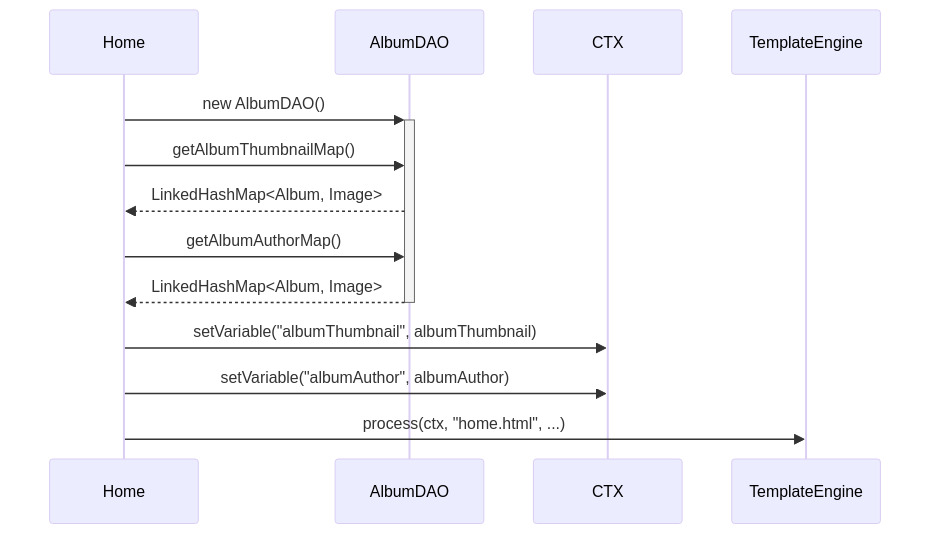
Above: documents/UML/home.png in FrancescoCaracciolo/TIW-24-html (Mermaid), before the change. Its source is kept beside it as documents/UML/home.mmd.
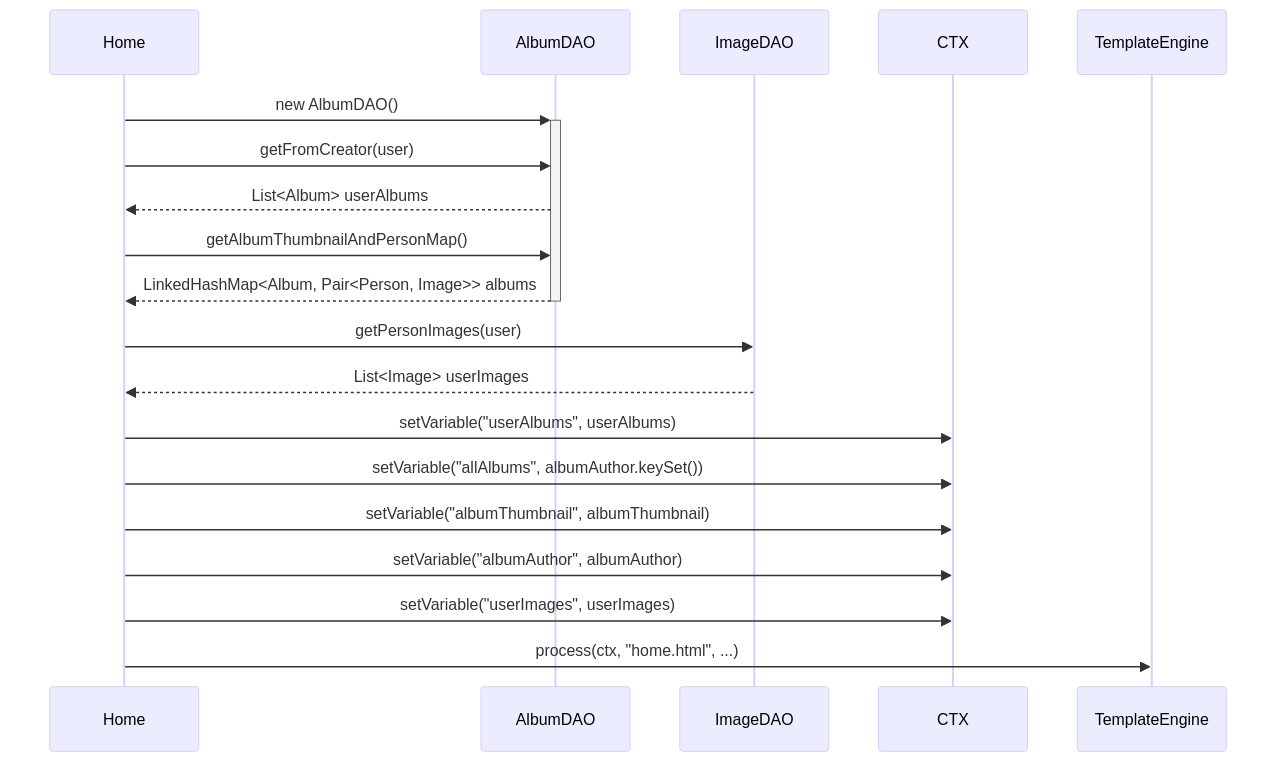
The same file after the commit.

Commit message:
Update home diagram

The edit, as a diff of the source:
```diff
@@ -1,14 +1,20 @@
 sequenceDiagram
     participant Home
     participant AlbumDAO
+    participant ImageDAO
     participant CTX
     participant TemplateEngine
 
     Home ->>+ AlbumDAO: new AlbumDAO()
-    Home ->> AlbumDAO: getAlbumThumbnailMap()
-    AlbumDAO -->> Home: LinkedHashMap<Album, Image>
-    Home ->> AlbumDAO: getAlbumAuthorMap()
-    AlbumDAO -->>- Home: LinkedHashMap<Album, Image>
+    Home ->> AlbumDAO: getFromCreator(user)
+    AlbumDAO -->> Home: List<Album> userAlbums
+    Home ->> AlbumDAO: getAlbumThumbnailAndPersonMap()
+    AlbumDAO -->>- Home: LinkedHashMap<Album, Pair<Person, Image>> albums
+    Home ->> ImageDAO: getPersonImages(user)
+    ImageDAO -->> Home: List<Image> userImages
+    Home ->> CTX: setVariable("userAlbums", userAlbums)
+    Home ->> CTX: setVariable("allAlbums", albumAuthor.keySet())
     Home ->> CTX: setVariable("albumThumbnail", albumThumbnail)
     Home ->> CTX: setVariable("albumAuthor", albumAuthor)
+    Home ->> CTX: setVariable("userImages", userImages)
     Home ->> TemplateEngine: process(ctx, "home.html", ...)
```
